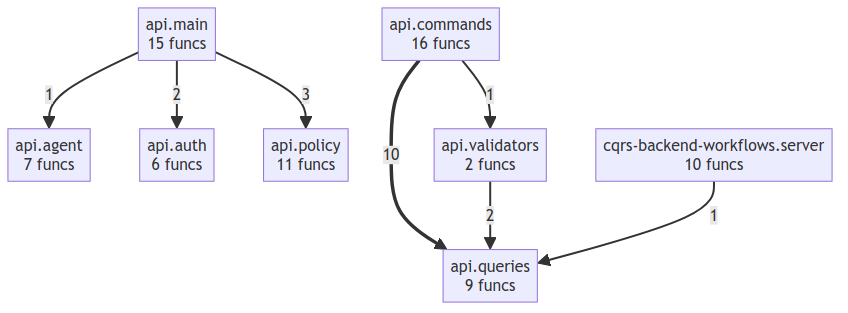
Above: project/compact_flow.png in semcod/codot (Mermaid), before the change. Its source is kept beside it as project/compact_flow.mmd.
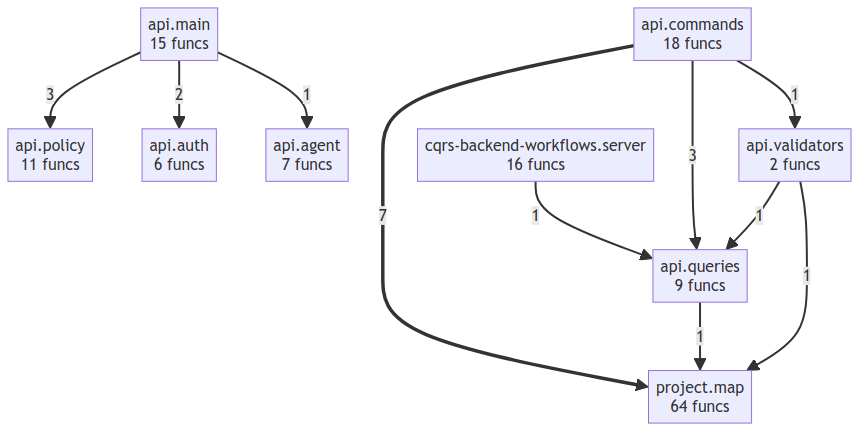
The same diagram one commit later.

Change to the diagram source:
```diff
@@ -1,16 +1,20 @@
 flowchart TD
     api__agent["api.agent<br/>7 funcs"]
     api__auth["api.auth<br/>6 funcs"]
-    api__commands["api.commands<br/>16 funcs"]
+    api__commands["api.commands<br/>18 funcs"]
     api__main["api.main<br/>15 funcs"]
     api__policy["api.policy<br/>11 funcs"]
     api__queries["api.queries<br/>9 funcs"]
     api__validators["api.validators<br/>2 funcs"]
-    cqrs_backend_workflows__server["cqrs-backend-workflows.server<br/>10 funcs"]
-    api__commands ==>|10| api__queries
+    cqrs_backend_workflows__server["cqrs-backend-workflows.server<br/>16 funcs"]
+    project__map["project.map<br/>64 funcs"]
+    api__commands ==>|7| project__map
+    api__commands -->|3| api__queries
     api__main -->|3| api__policy
     api__main -->|2| api__auth
-    api__validators -->|2| api__queries
+    api__commands -->|1| api__validators
+    api__validators -->|1| api__queries
+    api__validators -->|1| project__map
+    api__queries -->|1| project__map
     api__main -->|1| api__agent
-    api__commands -->|1| api__validators
     cqrs_backend_workflows__server -->|1| api__queries
```
